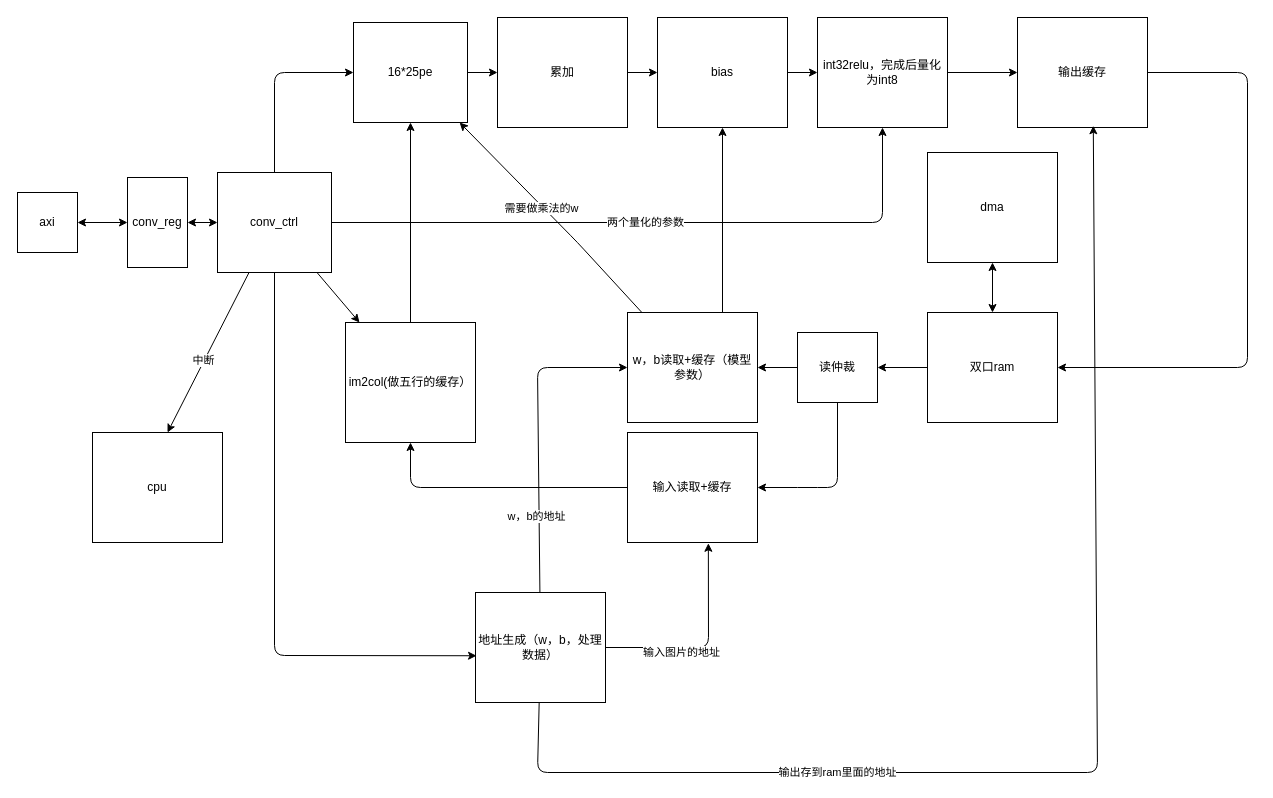
Before: conv架构.drawio in ssssss-dot/soc_learning, a draw.io diagram. Source tidied: cells renumbered, new cells numbered last; positions are measured from the earlier drawing's top-left corner, leaving out a move shared by most shapes. Both pictures are drawn from the tidied source at 100%, with x=0, y=0 at pixel (17, 17).
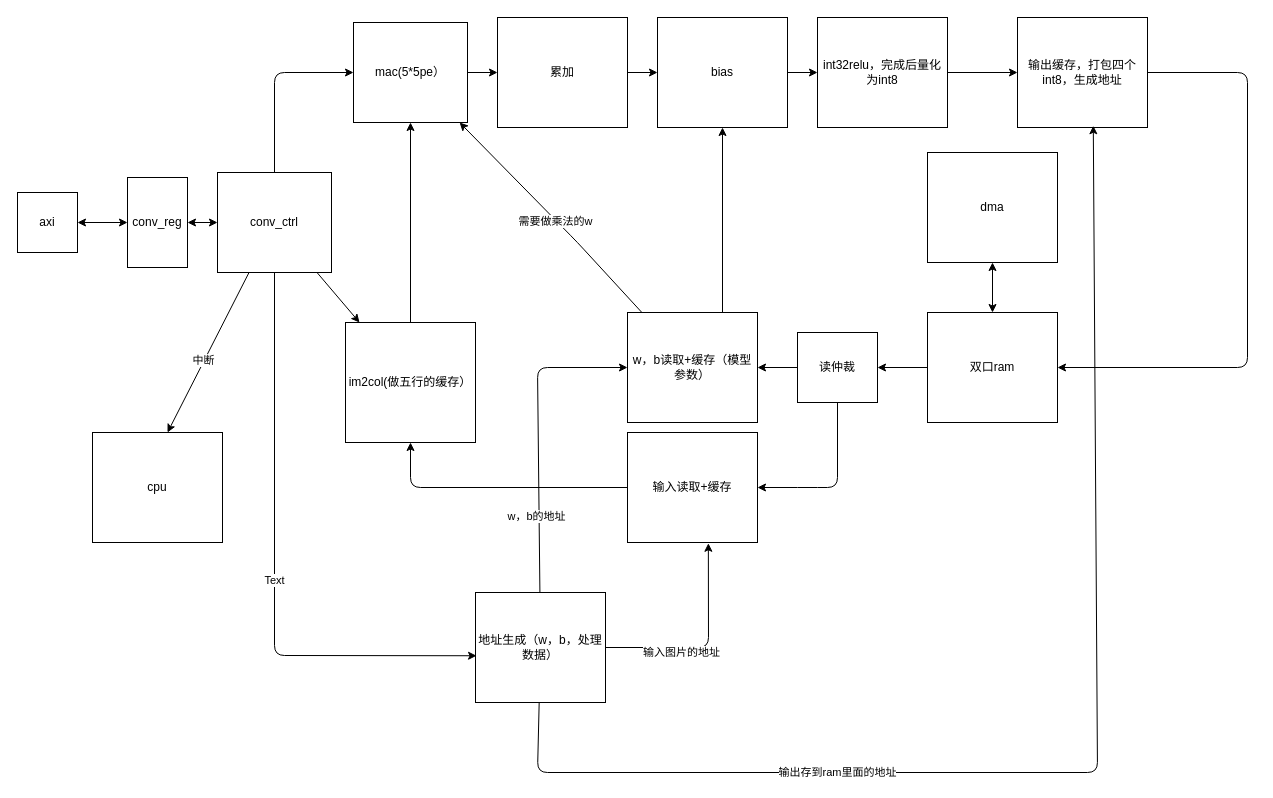
The same diagram, later.

The change refers to these unchanged cells:
```xml
<mxCell id="19" value="conv_ctrl" style="rounded=0;whiteSpace=wrap;html=1;" parent="1" vertex="1">
  <mxGeometry x="200" y="155" width="114" height="100" as="geometry" />
</mxCell>
<mxCell id="23" style="edgeStyle=none;html=1;" parent="1" edge="1" source="26" target="6">
  <mxGeometry relative="1" as="geometry">
    <Array as="points">
      <mxPoint x="560" y="225" />
    </Array>
  </mxGeometry>
</mxCell>
<mxCell id="29" value="int32relu，完成后量化为int8" style="rounded=0;whiteSpace=wrap;html=1;" parent="1" vertex="1">
  <mxGeometry x="800" width="130" height="110" as="geometry" />
</mxCell>
<mxCell id="42" style="edgeStyle=none;html=1;entryX=0.008;entryY=0.575;entryDx=0;entryDy=0;entryPerimeter=0;" parent="1" edge="1" source="19" target="41">
  <mxGeometry relative="1" as="geometry">
    <Array as="points">
      <mxPoint x="257" y="638" />
    </Array>
  </mxGeometry>
</mxCell>
```

Diff of the diagram source:
```diff
@@
-    <mxCell id="6" value="16*25pe" style="rounded=0;whiteSpace=wrap;html=1;" parent="1" vertex="1">
+    <mxCell id="6" value="mac(5*5pe）" style="rounded=0;whiteSpace=wrap;html=1;" parent="1" vertex="1">
       <mxGeometry x="336" y="5" width="114" height="100" as="geometry" />
     </mxCell>
@@
-    <mxCell id="17" style="edgeStyle=none;html=1;entryX=0.5;entryY=1;entryDx=0;entryDy=0;" parent="1" edge="1" source="19" target="29">
-      <mxGeometry relative="1" as="geometry">
-        <Array as="points">
-          <mxPoint x="865" y="205" />
-        </Array>
-      </mxGeometry>
-    </mxCell>
-    <mxCell id="18" value="两个量化的参数" style="edgeLabel;html=1;align=center;verticalAlign=middle;" parent="17" vertex="1">
-      <mxGeometry x="-0.03" y="1" relative="1" as="geometry" />
-    </mxCell>
@@
     <mxCell id="24" value="需要做乘法的w" style="edgeLabel;html=1;align=center;verticalAlign=middle;" parent="23" vertex="1">
-      <mxGeometry x="-0.04" y="1" relative="1" as="geometry">
-        <mxPoint x="-14" y="-13" as="offset" />
-      </mxGeometry>
+      <mxGeometry x="-0.04" y="1" relative="1" as="geometry" />
     </mxCell>
@@
-    <mxCell id="31" value="输出缓存" style="rounded=0;whiteSpace=wrap;html=1;" parent="1" vertex="1">
+    <mxCell id="31" value="输出缓存，打包四个int8，生成地址" style="rounded=0;whiteSpace=wrap;html=1;" parent="1" vertex="1">
       <mxGeometry x="1000" width="130" height="110" as="geometry" />
     </mxCell>
@@
+    <mxCell id="17" value="Text" style="edgeLabel;html=1;align=center;verticalAlign=middle;" parent="42" vertex="1">
+      <mxGeometry x="0.05" y="-1" relative="1" as="geometry" />
+    </mxCell>
```
